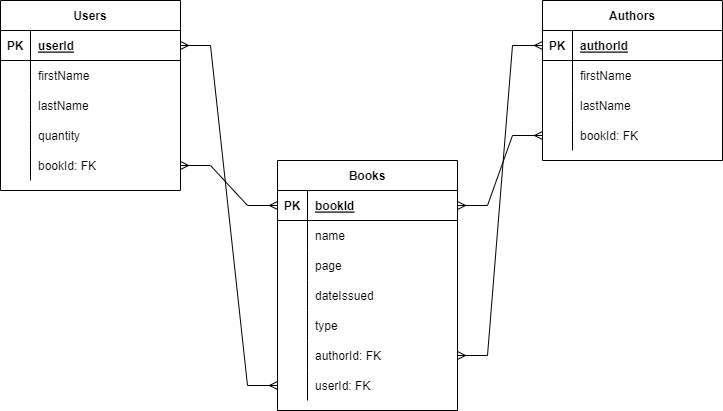
Earlier version of the draw.io export database-assignment.png (ncongduy/fs9-database-ERD-ncd). Source tidied: cells renumbered, new cells last; positions are measured from the earlier drawing's top-left corner, leaving out a move shared by most shapes.
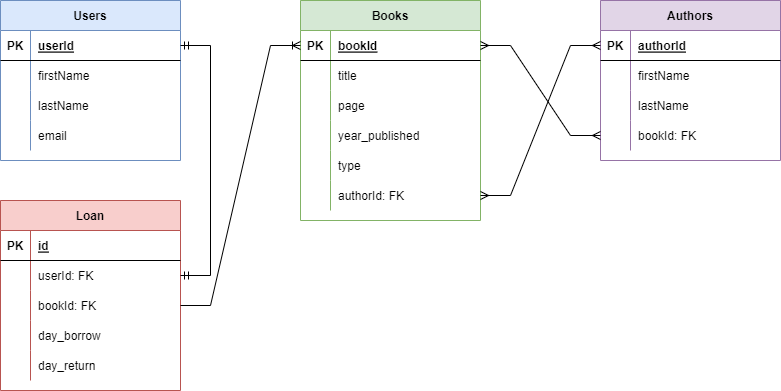
After the change.

Commit message:
fix: create a new Loans table

The edit, as a diff of the source:
```diff
@@ -1,9 +1,9 @@
-<mxGraphModel>
+<mxGraphModel background="#FFFFFF">
   <root>
     <mxCell id="0" />
     <mxCell id="1" parent="0" />
-    <mxCell id="2" value="Users" style="shape=table;startSize=30;rowLines=0;fontStyle=1;align=center;" parent="1" vertex="1">
-      <mxGeometry width="180" height="190" as="geometry" />
+    <mxCell id="2" value="Users" style="shape=table;startSize=30;rowLines=0;fontStyle=1;align=center;fillColor=#dae8fc;strokeColor=#6c8ebf;" parent="1" vertex="1">
+      <mxGeometry x="-18" y="-40" width="180" height="160" as="geometry" />
     </mxCell>
     <mxCell id="3" style="shape=tableRow;horizontal=0;startSize=0;swimlaneHead=0;swimlaneBody=0;fillColor=none;points=[[0,0.5],[1,0.5]];portConstraint=eastwest;top=0;left=0;right=0;bottom=1;" parent="2" vertex="1">
       <mxGeometry y="30" width="180" height="30" as="geometry" />
@@ -32,26 +32,17 @@
     <mxCell id="11" value="lastName" style="shape=partialRectangle;fillColor=none;top=0;left=0;bottom=0;right=0;align=left;spacingLeft=6;overflow=hidden;" parent="9" vertex="1">
       <mxGeometry x="30" width="150" height="30" as="geometry" />
     </mxCell>
-    <mxCell id="12" style="shape=tableRow;horizontal=0;startSize=0;swimlaneHead=0;swimlaneBody=0;fillColor=none;top=0;left=0;right=0;bottom=0;" parent="2" vertex="1">
-      <mxGeometry y="120" width="180" height="30" as="geometry" />
-    </mxCell>
-    <mxCell id="13" style="shape=partialRectangle;fillColor=none;top=0;left=0;bottom=0;right=0;overflow=hidden;" parent="12" vertex="1">
-      <mxGeometry width="30" height="30" as="geometry" />
-    </mxCell>
-    <mxCell id="14" value="quantity" style="shape=partialRectangle;fillColor=none;top=0;left=0;bottom=0;right=0;align=left;spacingLeft=6;overflow=hidden;" parent="12" vertex="1">
-      <mxGeometry x="30" width="150" height="30" as="geometry" />
-    </mxCell>
     <mxCell id="15" style="shape=tableRow;horizontal=0;startSize=0;swimlaneHead=0;swimlaneBody=0;fillColor=none;points=[[0,0.5],[1,0.5]];portConstraint=eastwest;top=0;left=0;right=0;bottom=0;" parent="2" vertex="1">
-      <mxGeometry y="150" width="180" height="30" as="geometry" />
+      <mxGeometry y="120" width="180" height="30" as="geometry" />
     </mxCell>
     <mxCell id="16" style="shape=partialRectangle;fillColor=none;top=0;left=0;bottom=0;right=0;overflow=hidden;" parent="15" vertex="1">
       <mxGeometry width="30" height="30" as="geometry" />
     </mxCell>
-    <mxCell id="17" value="bookId: FK" style="shape=partialRectangle;fillColor=none;top=0;left=0;bottom=0;right=0;align=left;spacingLeft=6;overflow=hidden;" parent="15" vertex="1">
+    <mxCell id="17" value="email" style="shape=partialRectangle;fillColor=none;top=0;left=0;bottom=0;right=0;align=left;spacingLeft=6;overflow=hidden;" parent="15" vertex="1">
       <mxGeometry x="30" width="150" height="30" as="geometry" />
     </mxCell>
-    <mxCell id="18" value="Books" style="shape=table;startSize=30;rowLines=0;fontStyle=1;align=center;" parent="1" vertex="1">
-      <mxGeometry x="277" y="160" width="180" height="250" as="geometry" />
+    <mxCell id="18" value="Books" style="shape=table;startSize=30;rowLines=0;fontStyle=1;align=center;fillColor=#d5e8d4;strokeColor=#82b366;" parent="1" vertex="1">
+      <mxGeometry x="282" y="-40" width="180" height="220" as="geometry" />
     </mxCell>
     <mxCell id="19" style="shape=tableRow;horizontal=0;startSize=0;swimlaneHead=0;swimlaneBody=0;fillColor=none;points=[[0,0.5],[1,0.5]];portConstraint=eastwest;top=0;left=0;right=0;bottom=1;" parent="18" vertex="1">
       <mxGeometry y="30" width="180" height="30" as="geometry" />
@@ -68,7 +59,7 @@
     <mxCell id="23" style="shape=partialRectangle;fillColor=none;top=0;left=0;bottom=0;right=0;overflow=hidden;" parent="22" vertex="1">
       <mxGeometry width="30" height="30" as="geometry" />
     </mxCell>
-    <mxCell id="24" value="name" style="shape=partialRectangle;fillColor=none;top=0;left=0;bottom=0;right=0;align=left;spacingLeft=6;overflow=hidden;" parent="22" vertex="1">
+    <mxCell id="24" value="title" style="shape=partialRectangle;fillColor=none;top=0;left=0;bottom=0;right=0;align=left;spacingLeft=6;overflow=hidden;" parent="22" vertex="1">
       <mxGeometry x="30" width="150" height="30" as="geometry" />
     </mxCell>
     <mxCell id="25" style="shape=tableRow;horizontal=0;startSize=0;swimlaneHead=0;swimlaneBody=0;fillColor=none;top=0;left=0;right=0;bottom=0;" parent="18" vertex="1">
@@ -86,7 +77,7 @@
     <mxCell id="29" style="shape=partialRectangle;fillColor=none;top=0;left=0;bottom=0;right=0;overflow=hidden;" parent="28" vertex="1">
       <mxGeometry width="30" height="30" as="geometry" />
     </mxCell>
-    <mxCell id="30" value="dateIssued" style="shape=partialRectangle;fillColor=none;top=0;left=0;bottom=0;right=0;align=left;spacingLeft=6;overflow=hidden;" parent="28" vertex="1">
+    <mxCell id="30" value="year_published" style="shape=partialRectangle;fillColor=none;top=0;left=0;bottom=0;right=0;align=left;spacingLeft=6;overflow=hidden;" parent="28" vertex="1">
       <mxGeometry x="30" width="150" height="30" as="geometry" />
     </mxCell>
     <mxCell id="31" style="shape=tableRow;horizontal=0;startSize=0;swimlaneHead=0;swimlaneBody=0;fillColor=none;top=0;left=0;right=0;bottom=0;" parent="18" vertex="1">
@@ -107,17 +98,8 @@
     <mxCell id="36" value="authorId: FK" style="shape=partialRectangle;fillColor=none;top=0;left=0;bottom=0;right=0;align=left;spacingLeft=6;overflow=hidden;" parent="34" vertex="1">
       <mxGeometry x="30" width="150" height="30" as="geometry" />
     </mxCell>
-    <mxCell id="37" style="shape=tableRow;horizontal=0;startSize=0;swimlaneHead=0;swimlaneBody=0;fillColor=none;points=[[0,0.5],[1,0.5]];portConstraint=eastwest;top=0;left=0;right=0;bottom=0;" parent="18" vertex="1">
-      <mxGeometry y="210" width="180" height="30" as="geometry" />
-    </mxCell>
-    <mxCell id="38" style="shape=partialRectangle;fillColor=none;top=0;left=0;bottom=0;right=0;overflow=hidden;" parent="37" vertex="1">
-      <mxGeometry width="30" height="30" as="geometry" />
-    </mxCell>
-    <mxCell id="39" value="userId: FK" style="shape=partialRectangle;fillColor=none;top=0;left=0;bottom=0;right=0;align=left;spacingLeft=6;overflow=hidden;" parent="37" vertex="1">
-      <mxGeometry x="30" width="150" height="30" as="geometry" />
-    </mxCell>
-    <mxCell id="40" value="Authors" style="shape=table;startSize=30;rowLines=0;fontStyle=1;align=center;" parent="1" vertex="1">
-      <mxGeometry x="542" width="180" height="160" as="geometry" />
+    <mxCell id="40" value="Authors" style="shape=table;startSize=30;rowLines=0;fontStyle=1;align=center;fillColor=#e1d5e7;strokeColor=#9673a6;gradientColor=none;" parent="1" vertex="1">
+      <mxGeometry x="582" y="-40" width="180" height="160" as="geometry" />
     </mxCell>
     <mxCell id="41" style="shape=tableRow;horizontal=0;startSize=0;swimlaneHead=0;swimlaneBody=0;fillColor=none;points=[[0,0.5],[1,0.5]];portConstraint=eastwest;top=0;left=0;right=0;bottom=1;" parent="40" vertex="1">
       <mxGeometry y="30" width="180" height="30" as="geometry" />
@@ -155,17 +137,65 @@
     <mxCell id="52" value="bookId: FK" style="shape=partialRectangle;fillColor=none;top=0;left=0;bottom=0;right=0;align=left;spacingLeft=6;overflow=hidden;" parent="50" vertex="1">
       <mxGeometry x="30" width="150" height="30" as="geometry" />
     </mxCell>
-    <mxCell id="53" style="edgeStyle=entityRelationEdgeStyle;fontSize=12;html=1;endArrow=ERmany;startArrow=ERmany;rounded=0;entryX=1;entryY=0.5;entryDx=0;entryDy=0;exitX=0;exitY=0.5;exitDx=0;exitDy=0;" parent="1" edge="1" source="19" target="15">
-      <mxGeometry relative="1" as="geometry" />
-    </mxCell>
     <mxCell id="54" style="edgeStyle=entityRelationEdgeStyle;fontSize=12;html=1;endArrow=ERmany;startArrow=ERmany;rounded=0;entryX=1;entryY=0.5;entryDx=0;entryDy=0;exitX=0;exitY=0.5;exitDx=0;exitDy=0;" parent="1" edge="1" source="50" target="19">
       <mxGeometry relative="1" as="geometry" />
     </mxCell>
-    <mxCell id="55" style="edgeStyle=entityRelationEdgeStyle;fontSize=12;html=1;endArrow=ERmany;startArrow=ERmany;rounded=0;entryX=1;entryY=0.5;entryDx=0;entryDy=0;exitX=0;exitY=0.5;exitDx=0;exitDy=0;" parent="1" edge="1" source="37" target="3">
-      <mxGeometry relative="1" as="geometry" />
-    </mxCell>
     <mxCell id="56" style="edgeStyle=entityRelationEdgeStyle;fontSize=12;html=1;endArrow=ERmany;startArrow=ERmany;rounded=0;exitX=1;exitY=0.5;exitDx=0;exitDy=0;entryX=0;entryY=0.5;entryDx=0;entryDy=0;" parent="1" edge="1" source="34" target="41">
       <mxGeometry relative="1" as="geometry" />
     </mxCell>
+    <mxCell id="57" value="Loan" style="shape=table;startSize=30;rowLines=0;fontStyle=1;align=center;fillColor=#f8cecc;strokeColor=#b85450;" parent="1" vertex="1">
+      <mxGeometry x="-18" y="160" width="180" height="190" as="geometry" />
+    </mxCell>
+    <mxCell id="58" style="shape=tableRow;horizontal=0;startSize=0;swimlaneHead=0;swimlaneBody=0;fillColor=none;top=0;left=0;right=0;bottom=1;" parent="57" vertex="1">
+      <mxGeometry y="30" width="180" height="30" as="geometry" />
+    </mxCell>
+    <mxCell id="59" value="PK" style="shape=partialRectangle;fillColor=none;top=0;left=0;bottom=0;right=0;fontStyle=1;overflow=hidden;" parent="58" vertex="1">
+      <mxGeometry width="30" height="30" as="geometry" />
+    </mxCell>
+    <mxCell id="60" value="id" style="shape=partialRectangle;fillColor=none;top=0;left=0;bottom=0;right=0;align=left;spacingLeft=6;fontStyle=5;overflow=hidden;" parent="58" vertex="1">
+      <mxGeometry x="30" width="150" height="30" as="geometry" />
+    </mxCell>
+    <mxCell id="61" style="shape=tableRow;horizontal=0;startSize=0;swimlaneHead=0;swimlaneBody=0;fillColor=none;points=[[0,0.5],[1,0.5]];portConstraint=eastwest;top=0;left=0;right=0;bottom=0;" parent="57" vertex="1">
+      <mxGeometry y="60" width="180" height="30" as="geometry" />
+    </mxCell>
+    <mxCell id="62" style="shape=partialRectangle;fillColor=none;top=0;left=0;bottom=0;right=0;overflow=hidden;" parent="61" vertex="1">
+      <mxGeometry width="30" height="30" as="geometry" />
+    </mxCell>
+    <mxCell id="39" value="userId: FK" style="shape=partialRectangle;fillColor=none;top=0;left=0;bottom=0;right=0;align=left;spacingLeft=6;overflow=hidden;" parent="61" vertex="1">
+      <mxGeometry x="30" width="150" height="30" as="geometry" />
+    </mxCell>
+    <mxCell id="63" style="shape=tableRow;horizontal=0;startSize=0;swimlaneHead=0;swimlaneBody=0;fillColor=none;points=[[0,0.5],[1,0.5]];portConstraint=eastwest;top=0;left=0;right=0;bottom=0;" parent="57" vertex="1">
+      <mxGeometry y="90" width="180" height="30" as="geometry" />
+    </mxCell>
+    <mxCell id="64" style="shape=partialRectangle;fillColor=none;top=0;left=0;bottom=0;right=0;overflow=hidden;" parent="63" vertex="1">
+      <mxGeometry width="30" height="30" as="geometry" />
+    </mxCell>
+    <mxCell id="65" value="bookId: FK" style="shape=partialRectangle;fillColor=none;top=0;left=0;bottom=0;right=0;align=left;spacingLeft=6;overflow=hidden;" parent="63" vertex="1">
+      <mxGeometry x="30" width="150" height="30" as="geometry" />
+    </mxCell>
+    <mxCell id="12" style="shape=tableRow;horizontal=0;startSize=0;swimlaneHead=0;swimlaneBody=0;fillColor=none;top=0;left=0;right=0;bottom=0;" parent="57" vertex="1">
+      <mxGeometry y="120" width="180" height="30" as="geometry" />
+    </mxCell>
+    <mxCell id="66" style="shape=partialRectangle;fillColor=none;top=0;left=0;bottom=0;right=0;overflow=hidden;" parent="12" vertex="1">
+      <mxGeometry width="30" height="30" as="geometry" />
+    </mxCell>
+    <mxCell id="67" value="day_borrow" style="shape=partialRectangle;fillColor=none;top=0;left=0;bottom=0;right=0;align=left;spacingLeft=6;overflow=hidden;" parent="12" vertex="1">
+      <mxGeometry x="30" width="150" height="30" as="geometry" />
+    </mxCell>
+    <mxCell id="68" style="shape=tableRow;horizontal=0;startSize=0;swimlaneHead=0;swimlaneBody=0;fillColor=none;top=0;left=0;right=0;bottom=0;" parent="57" vertex="1">
+      <mxGeometry y="150" width="180" height="30" as="geometry" />
+    </mxCell>
+    <mxCell id="69" style="shape=partialRectangle;fillColor=none;top=0;left=0;bottom=0;right=0;overflow=hidden;" parent="68" vertex="1">
+      <mxGeometry width="30" height="30" as="geometry" />
+    </mxCell>
+    <mxCell id="70" value="day_return" style="shape=partialRectangle;fillColor=none;top=0;left=0;bottom=0;right=0;align=left;spacingLeft=6;overflow=hidden;" parent="68" vertex="1">
+      <mxGeometry x="30" width="150" height="30" as="geometry" />
+    </mxCell>
+    <mxCell id="71" style="edgeStyle=entityRelationEdgeStyle;fontSize=12;html=1;endArrow=ERoneToMany;rounded=0;exitX=1;exitY=0.5;exitDx=0;exitDy=0;entryX=0;entryY=0.5;entryDx=0;entryDy=0;" parent="1" edge="1" source="63" target="19">
+      <mxGeometry relative="1" as="geometry" />
+    </mxCell>
+    <mxCell id="72" style="edgeStyle=entityRelationEdgeStyle;fontSize=12;html=1;endArrow=ERmandOne;startArrow=ERmandOne;rounded=0;entryX=1;entryY=0.5;entryDx=0;entryDy=0;exitX=1;exitY=0.5;exitDx=0;exitDy=0;" parent="1" edge="1" source="61" target="3">
+      <mxGeometry relative="1" as="geometry" />
+    </mxCell>
   </root>
 </mxGraphModel>
```
